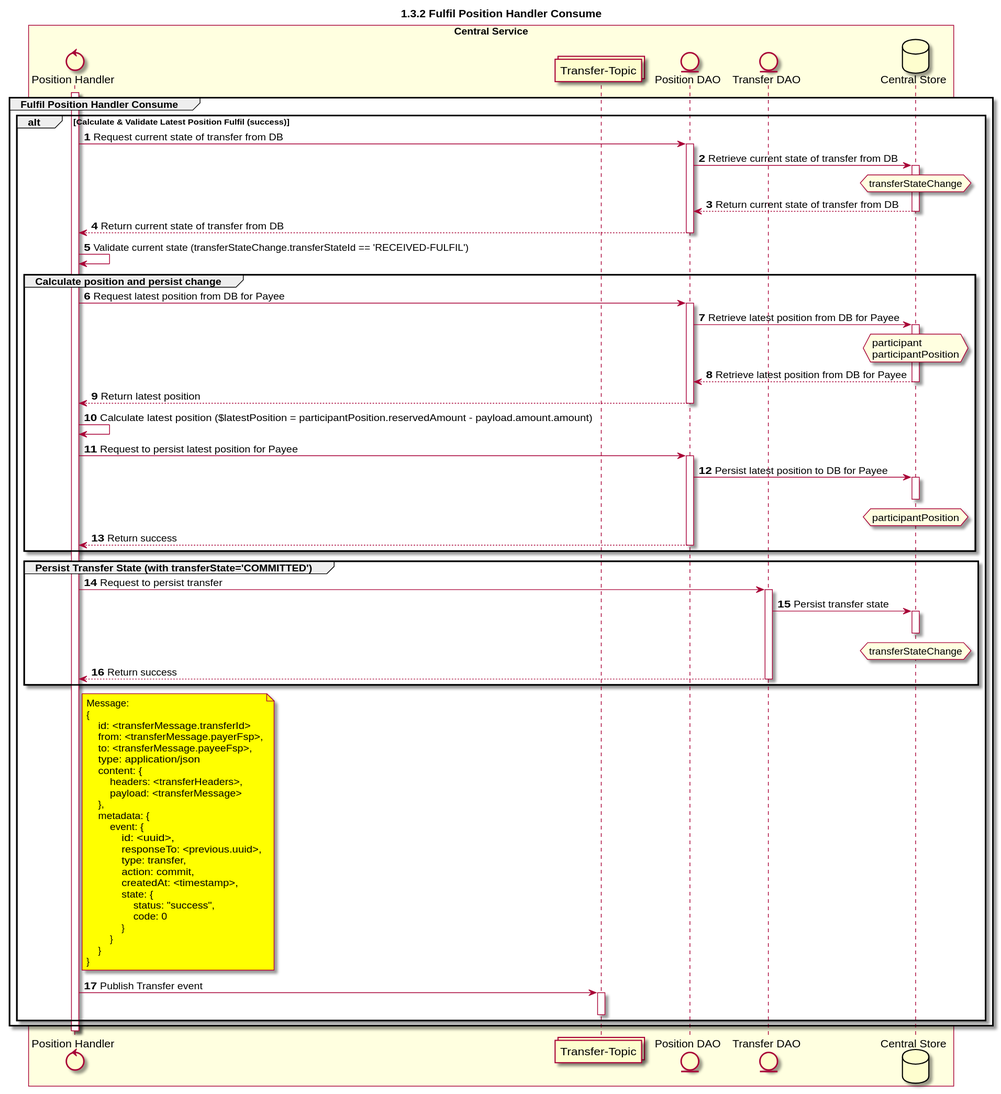
Above: CentralServices/seq_diagrams/seq-position-1.3.2-fulfil.svg in ggrg/docs (PlantUML), before the change. Source of this version:
```plantuml
@startuml
title 1.3.2 Fulfil Position Handler Consume

autonumber


control "Position Handler" as POS_HANDLER
collections "Transfer-Topic" as TOPIC_TRANSFERS
entity "Position DAO" as POS_DAO
entity "Transfer DAO" as TRANS_DAO
database "Central Store" as DB

box "Central Service" #LightYellow
    participant POS_HANDLER
    participant TOPIC_TRANSFERS
    participant POS_DAO
    participant TRANS_DAO
    participant DB
end box

activate POS_HANDLER
group Fulfil Position Handler Consume
   alt Calculate & Validate Latest Position Fulfil (success)
        POS_HANDLER -> POS_DAO: Request current state of transfer from DB
        activate POS_DAO
        POS_DAO -> DB: Retrieve current state of transfer from DB
        activate DB
        hnote over DB #lightyellow
            transferStateChange
        end note
        DB --> POS_DAO: Return current state of transfer from DB
        deactivate DB
        POS_DAO --> POS_HANDLER: Return current state of transfer from DB
        deactivate POS_DAO
        POS_HANDLER <-> POS_HANDLER: Validate current state (transferStateChange.transferStateId == 'RECEIVED-FULFIL')

        group Calculate position and persist change
            POS_HANDLER -> POS_DAO: Request latest position from DB for Payee
            activate POS_DAO
            POS_DAO -> DB: Retrieve latest position from DB for Payee
            activate DB
            hnote over DB #lightyellow
                participant
                participantPosition
            end note
            DB --> POS_DAO: Retrieve latest position from DB for Payee
            deactivate DB
            POS_DAO --> POS_HANDLER: Return latest position
            deactivate POS_DAO
            POS_HANDLER <-> POS_HANDLER: Calculate latest position ($latestPosition = participantPosition.reservedAmount - payload.amount.amount)
            POS_HANDLER -> POS_DAO: Request to persist latest position for Payee
            activate POS_DAO
            POS_DAO -> DB: Persist latest position to DB for Payee
            hnote over DB #lightyellow
                participantPosition
            end note
            activate DB
            deactivate DB
            POS_DAO --> POS_HANDLER: Return success
            deactivate POS_DAO
        end

        group Persist Transfer State (with transferState='COMMITTED')
            POS_HANDLER -> TRANS_DAO: Request to persist transfer
            activate TRANS_DAO
            TRANS_DAO -> DB: Persist transfer state
            hnote over DB #lightyellow
                transferStateChange
            end note
            activate DB
            deactivate DB
            TRANS_DAO --> POS_HANDLER: Return success
            deactivate TRANS_DAO
        end

        note right of POS_HANDLER #yellow
            Message:
            {
                id: <transferMessage.transferId>
                from: <transferMessage.payerFsp>,
                to: <transferMessage.payeeFsp>,
                type: application/json
                content: {
                    headers: <transferHeaders>,
                    payload: <transferMessage>
                },
                metadata: {
                    event: {
                        id: <uuid>,
                        responseTo: <previous.uuid>,
                        type: transfer,
                        action: commit,
                        createdAt: <timestamp>,
                        state: {
                            status: "success",
                            code: 0
                        }
                    }
                }
            }
        end note
        POS_HANDLER -> TOPIC_TRANSFERS: Publish Transfer event
        activate TOPIC_TRANSFERS
        deactivate TOPIC_TRANSFERS

   end
end
deactivate POS_HANDLER
@enduml
```
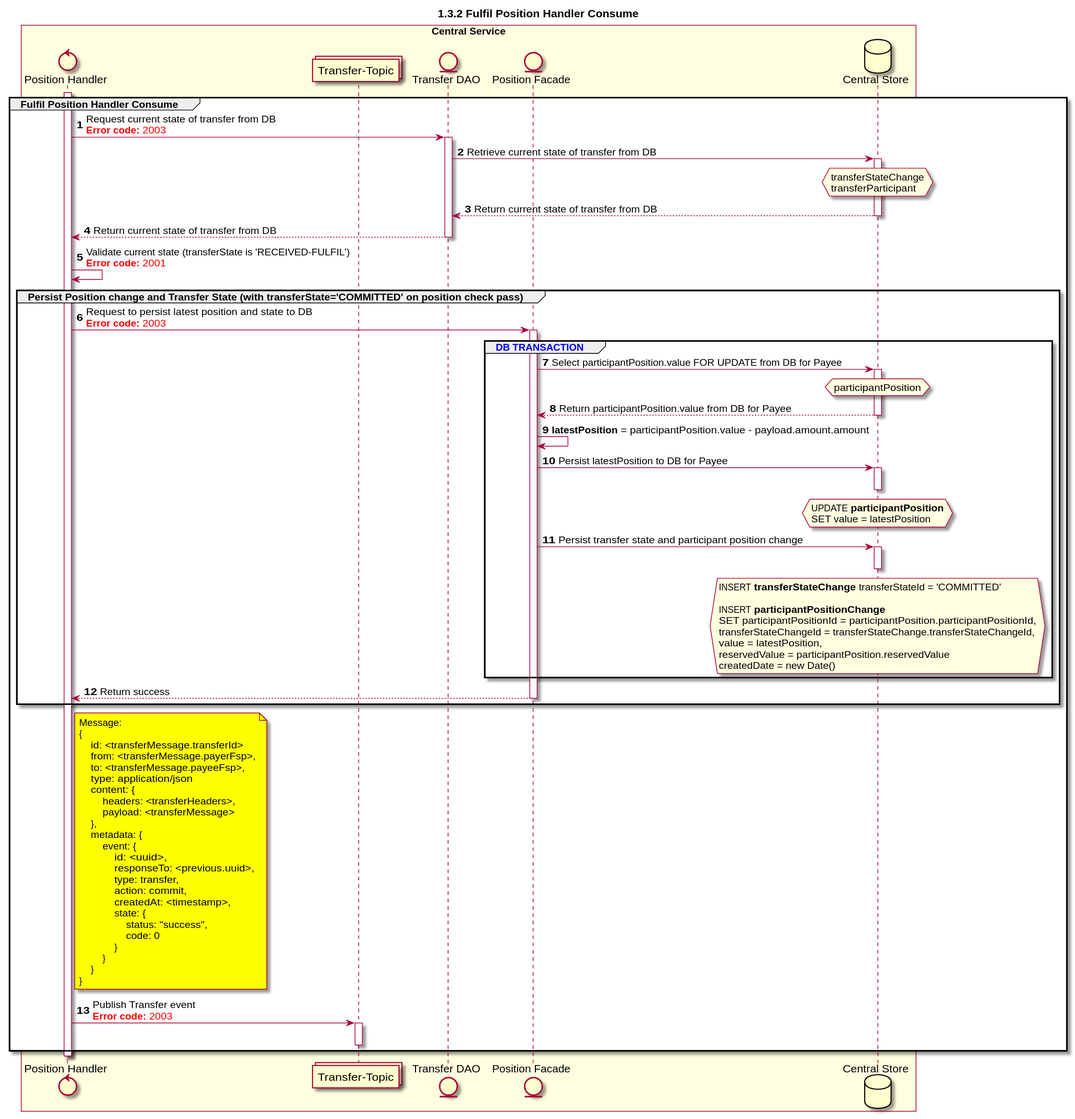
After the change.

Diff of the diagram source:
```diff
@@ -6,104 +6,100 @@
 
 control "Position Handler" as POS_HANDLER
 collections "Transfer-Topic" as TOPIC_TRANSFERS
-entity "Position DAO" as POS_DAO
+entity "Position Facade" as POS_FACADE
 entity "Transfer DAO" as TRANS_DAO
 database "Central Store" as DB
 
 box "Central Service" #LightYellow
     participant POS_HANDLER
     participant TOPIC_TRANSFERS
-    participant POS_DAO
     participant TRANS_DAO
+    participant POS_FACADE
     participant DB
 end box
 
 activate POS_HANDLER
 group Fulfil Position Handler Consume
-   alt Calculate & Validate Latest Position Fulfil (success)
-        POS_HANDLER -> POS_DAO: Request current state of transfer from DB
-        activate POS_DAO
-        POS_DAO -> DB: Retrieve current state of transfer from DB
-        activate DB
-        hnote over DB #lightyellow
-            transferStateChange
-        end note
-        DB --> POS_DAO: Return current state of transfer from DB
-        deactivate DB
-        POS_DAO --> POS_HANDLER: Return current state of transfer from DB
-        deactivate POS_DAO
-        POS_HANDLER <-> POS_HANDLER: Validate current state (transferStateChange.transferStateId == 'RECEIVED-FULFIL')
-
-        group Calculate position and persist change
-            POS_HANDLER -> POS_DAO: Request latest position from DB for Payee
-            activate POS_DAO
-            POS_DAO -> DB: Retrieve latest position from DB for Payee
+    POS_HANDLER -> TRANS_DAO: Request current state of transfer from DB \n<color #FF0000><b>Error code:</b> 2003</color>
+    activate TRANS_DAO
+    TRANS_DAO -> DB: Retrieve current state of transfer from DB
+    activate DB
+    hnote over DB #lightyellow
+        transferStateChange
+        transferParticipant
+    end note
+    DB --> TRANS_DAO: Return current state of transfer from DB
+    deactivate DB
+    TRANS_DAO --> POS_HANDLER: Return current state of transfer from DB
+    deactivate TRANS_DAO
+    POS_HANDLER <-> POS_HANDLER: Validate current state (transferState is 'RECEIVED-FULFIL')\n<color #FF0000><b>Error code:</b> 2001</color>
+    group Persist Position change and Transfer State (with transferState='COMMITTED' on position check pass)
+        POS_HANDLER -> POS_FACADE: Request to persist latest position and state to DB\n<color #FF0000><b>Error code:</b> 2003</color>
+        group <color #blue>DB TRANSACTION</color>
+            activate POS_FACADE
+            POS_FACADE -> DB: Select participantPosition.value FOR UPDATE from DB for Payee
             activate DB
-            hnote over DB #lightyellow
-                participant
-                participantPosition
-            end note
-            DB --> POS_DAO: Retrieve latest position from DB for Payee
-            deactivate DB
-            POS_DAO --> POS_HANDLER: Return latest position
-            deactivate POS_DAO
-            POS_HANDLER <-> POS_HANDLER: Calculate latest position ($latestPosition = participantPosition.reservedAmount - payload.amount.amount)
-            POS_HANDLER -> POS_DAO: Request to persist latest position for Payee
-            activate POS_DAO
-            POS_DAO -> DB: Persist latest position to DB for Payee
             hnote over DB #lightyellow
                 participantPosition
             end note
-            activate DB
+            DB --> POS_FACADE: Return participantPosition.value from DB for Payee
             deactivate DB
-            POS_DAO --> POS_HANDLER: Return success
-            deactivate POS_DAO
-        end
-
-        group Persist Transfer State (with transferState='COMMITTED')
-            POS_HANDLER -> TRANS_DAO: Request to persist transfer
-            activate TRANS_DAO
-            TRANS_DAO -> DB: Persist transfer state
+            POS_FACADE <-> POS_FACADE: **latestPosition** = participantPosition.value - payload.amount.amount
+            POS_FACADE->DB: Persist latestPosition to DB for Payee
             hnote over DB #lightyellow
-                transferStateChange
+                UPDATE **participantPosition**
+                SET value = latestPosition
             end note
             activate DB
             deactivate DB
-            TRANS_DAO --> POS_HANDLER: Return success
+            POS_FACADE -> DB: Persist transfer state and participant position change
+            hnote over DB #lightyellow
+                    INSERT **transferStateChange** transferStateId = 'COMMITTED'
+
+                    INSERT **participantPositionChange**
+                    SET participantPositionId = participantPosition.participantPositionId,
+                    transferStateChangeId = transferStateChange.transferStateChangeId,
+                    value = latestPosition,
+                    reservedValue = participantPosition.reservedValue
+                    createdDate = new Date()
+            end note
+            activate DB
+            deactivate DB
             deactivate TRANS_DAO
         end
+        POS_FACADE --> POS_HANDLER: Return success
+        deactivate POS_FACADE
+    end
 
-        note right of POS_HANDLER #yellow
-            Message:
-            {
-                id: <transferMessage.transferId>
-                from: <transferMessage.payerFsp>,
-                to: <transferMessage.payeeFsp>,
-                type: application/json
-                content: {
-                    headers: <transferHeaders>,
-                    payload: <transferMessage>
-                },
-                metadata: {
-                    event: {
-                        id: <uuid>,
-                        responseTo: <previous.uuid>,
-                        type: transfer,
-                        action: commit,
-                        createdAt: <timestamp>,
-                        state: {
-                            status: "success",
-                            code: 0
-                        }
+    note right of POS_HANDLER #yellow
+        Message:
+        {
+            id: <transferMessage.transferId>
+            from: <transferMessage.payerFsp>,
+            to: <transferMessage.payeeFsp>,
+            type: application/json
+            content: {
+                headers: <transferHeaders>,
+                payload: <transferMessage>
+            },
+            metadata: {
+                event: {
+                    id: <uuid>,
+                    responseTo: <previous.uuid>,
+                    type: transfer,
+                    action: commit,
+                    createdAt: <timestamp>,
+                    state: {
+                        status: "success",
+                        code: 0
                     }
                 }
             }
-        end note
-        POS_HANDLER -> TOPIC_TRANSFERS: Publish Transfer event
-        activate TOPIC_TRANSFERS
-        deactivate TOPIC_TRANSFERS
-
-   end
+        }
+    end note
+    POS_HANDLER -> TOPIC_TRANSFERS: Publish Transfer event\n<color #FF0000><b>Error code:</b> 2003</color>
+    activate TOPIC_TRANSFERS
+    deactivate TOPIC_TRANSFERS
 end
 deactivate POS_HANDLER
 @enduml
```
